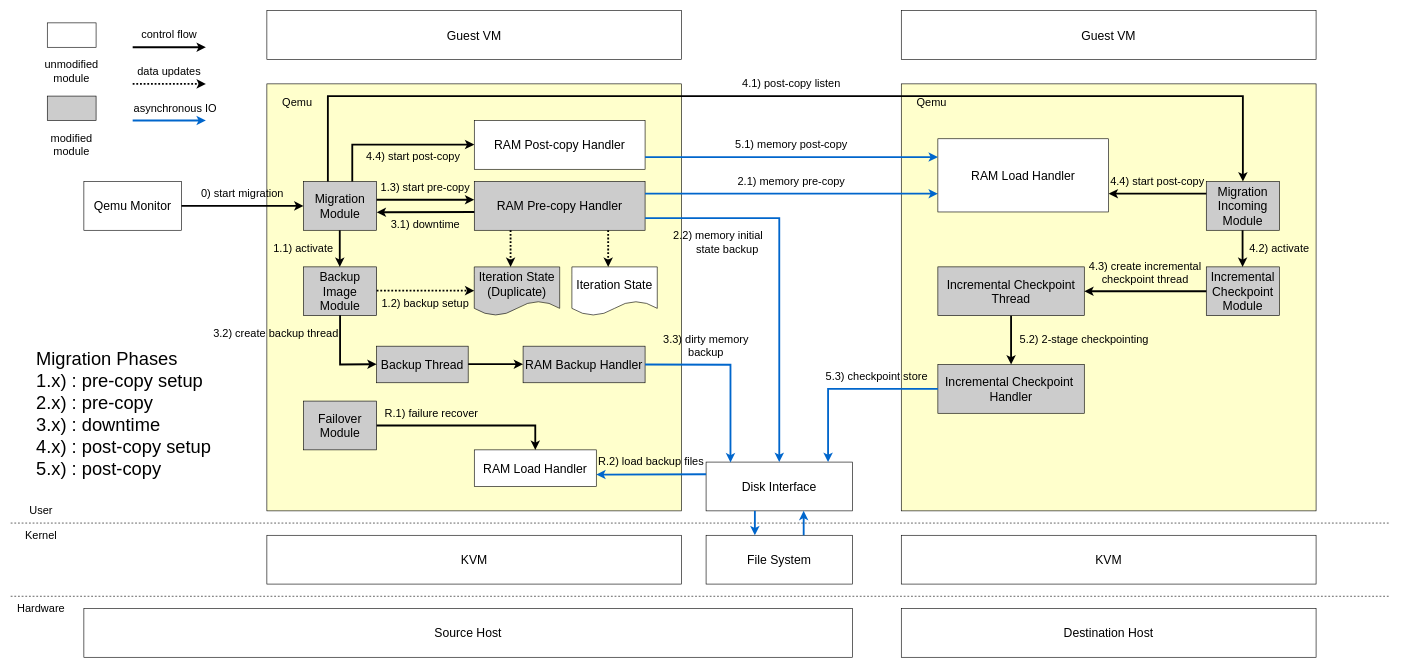
Above: final/architecture 2.drawio in xuyizhe1999/drawio (draw.io), before the change. Source tidied: cells renumbered, new cells numbered last; positions are measured from the earlier drawing's top-left corner, leaving out a move shared by most shapes. Both pictures are drawn from the tidied source at 61%, with x=0, y=0 at pixel (10, 10).
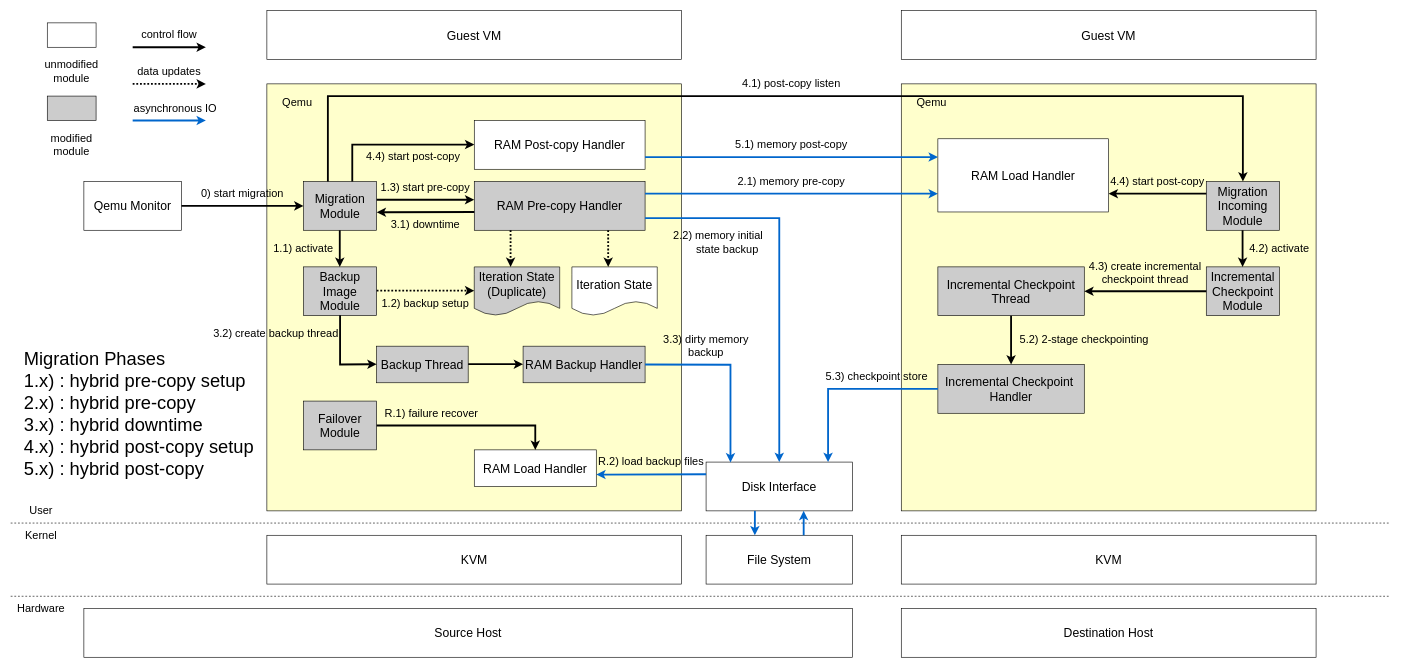
The same page after the edit.

Change to the diagram source:
```diff
@@
-    <mxCell id="84" value="&lt;font style=&quot;font-size: 30px;&quot;&gt;Migration Phases&lt;br&gt;1.x) : pre-copy setup&lt;br&gt;2.x) : pre-copy&lt;br&gt;3.x) : downtime&lt;br&gt;4.x) : post-copy setup&lt;br&gt;5.x) : post-copy&amp;nbsp;&lt;/font&gt;" style="text;html=1;strokeColor=none;fillColor=none;align=left;verticalAlign=middle;whiteSpace=wrap;rounded=0;" parent="1" vertex="1">
-      <mxGeometry x="40" y="540" width="300" height="240" as="geometry" />
+    <mxCell id="84" value="&lt;font style=&quot;font-size: 30px;&quot;&gt;Migration Phases&lt;br&gt;1.x) : hybrid pre-copy setup&lt;br&gt;2.x) : hybrid pre-copy&lt;br&gt;3.x) : hybrid downtime&lt;br&gt;4.x) : hybrid post-copy setup&lt;br&gt;5.x) : hybrid post-copy&amp;nbsp;&lt;/font&gt;" style="text;html=1;strokeColor=none;fillColor=none;align=left;verticalAlign=middle;whiteSpace=wrap;rounded=0;" parent="1" vertex="1">
+      <mxGeometry x="20" y="540" width="380" height="240" as="geometry" />
     </mxCell>
```
